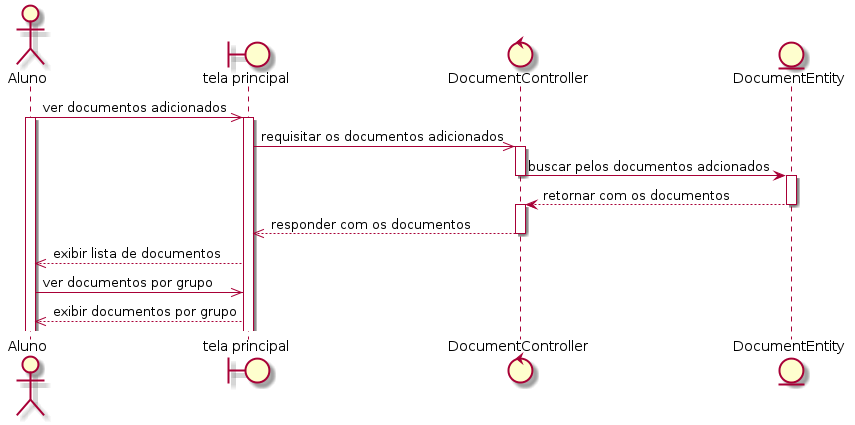
This is out/sequence/student/student.viewdocuments/student.viewdocuments.png from rodrigoRolim/CAdiagrams, a PlantUML export, as it was before one commit.
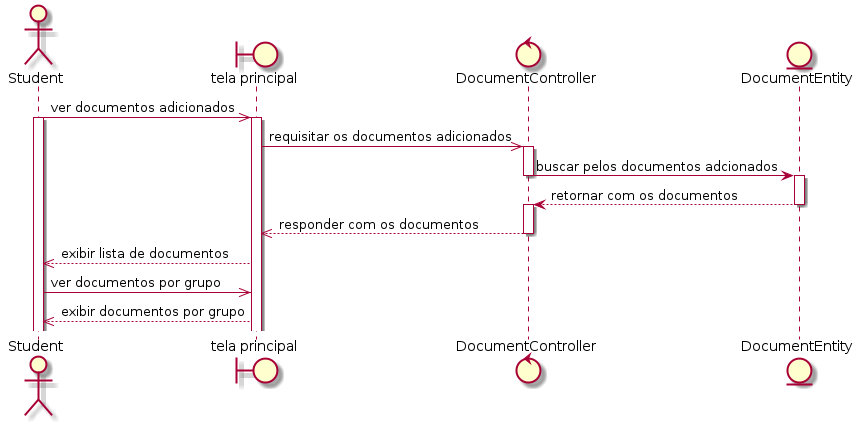
After the commit.

Change to the diagram source:
```diff
@@ -1,11 +1,11 @@
 @startuml
-actor Aluno
+actor Student
 boundary "tela principal" as home
 control DocumentController
 entity DocumentEntity
 
-Aluno ->> home: ver documentos adicionados
-activate Aluno
+Student ->> home: ver documentos adicionados
+activate Student
 activate home
 home ->> DocumentController: requisitar os documentos adicionados
 activate DocumentController
@@ -17,7 +17,7 @@
 activate DocumentController
 DocumentController -->> home: responder com os documentos
 deactivate DocumentController
-home -->> Aluno: exibir lista de documentos
-Aluno ->> home: ver documentos por grupo
-home -->> Aluno: exibir documentos por grupo
+home -->> Student: exibir lista de documentos
+Student ->> home: ver documentos por grupo
+home -->> Student: exibir documentos por grupo
 @enduml
```
